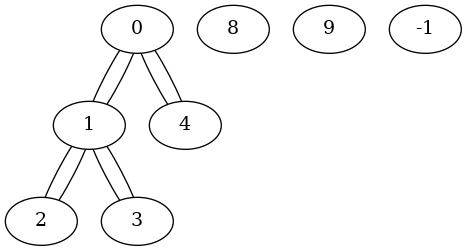
The Graphviz diagram saida.dot.2.png in Luiz-Oliveiraa/projeto_Grafos, before a commit. Its source is kept beside it as saida.dot.
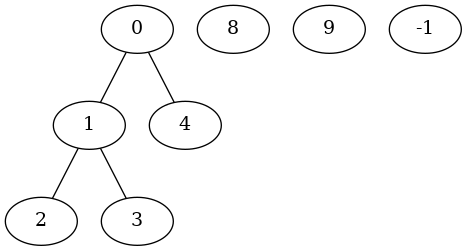
The same file after the commit.

The edit, as a diff of the source:
```diff
@@ -31,10 +31,6 @@
 
 	1 -- 2
 	1 -- 3
-	1 -- 2
-	1 -- 3
-	2 -- 4
-	2 -- 5
 	2 -- 4
 	2 -- 5
 
```
